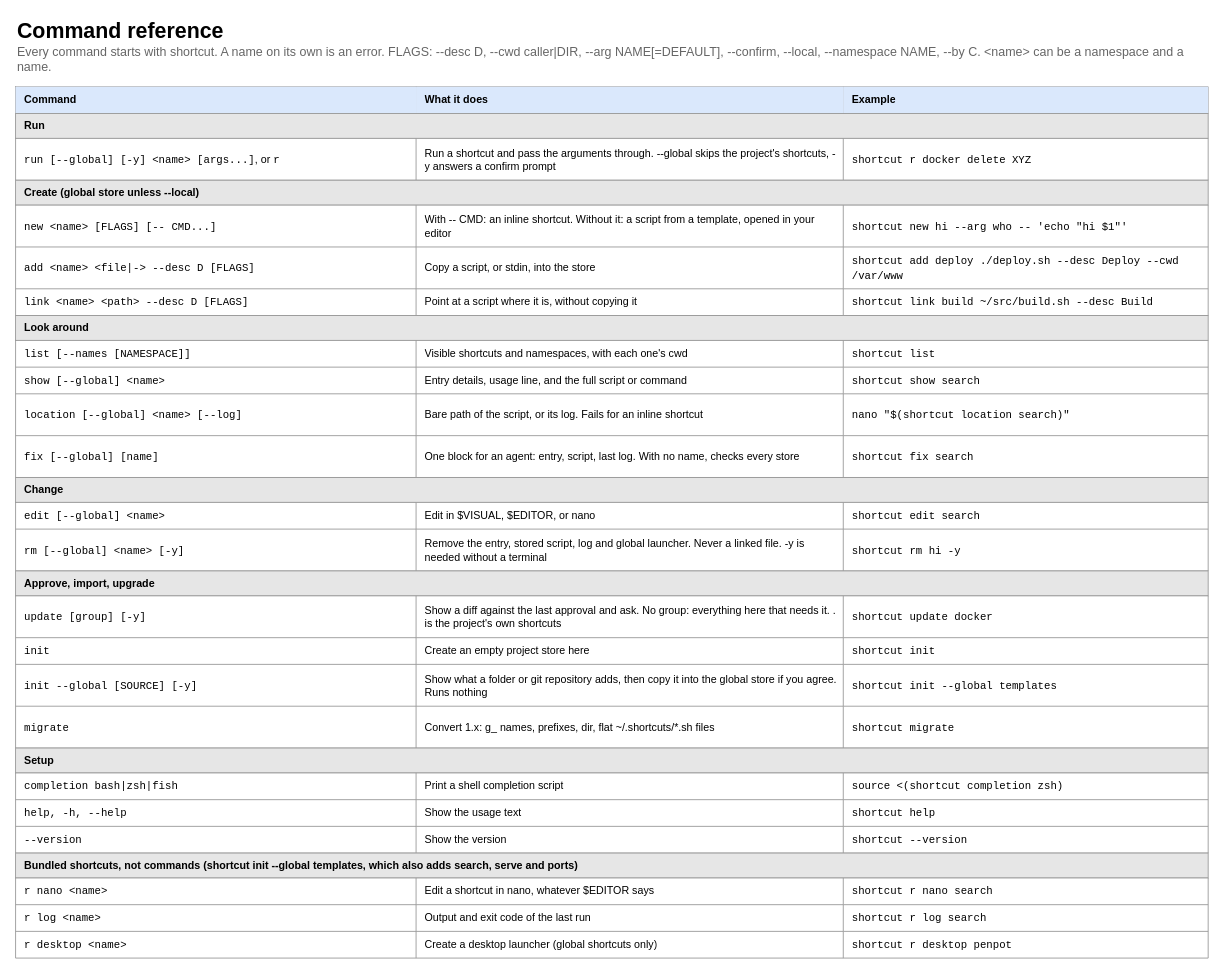
Earlier version of the draw.io diagram page "4 Commands" (4 of 5) of docs/shortcut-overview.drawio (StanLukuvka/Shortcut). Source tidied: cells renumbered, new cells numbered last; positions are measured from the earlier drawing's top-left corner, leaving out a move shared by most shapes. Both pictures are drawn from the tidied source at 89%, with x=0, y=0 at pixel (15, 15).
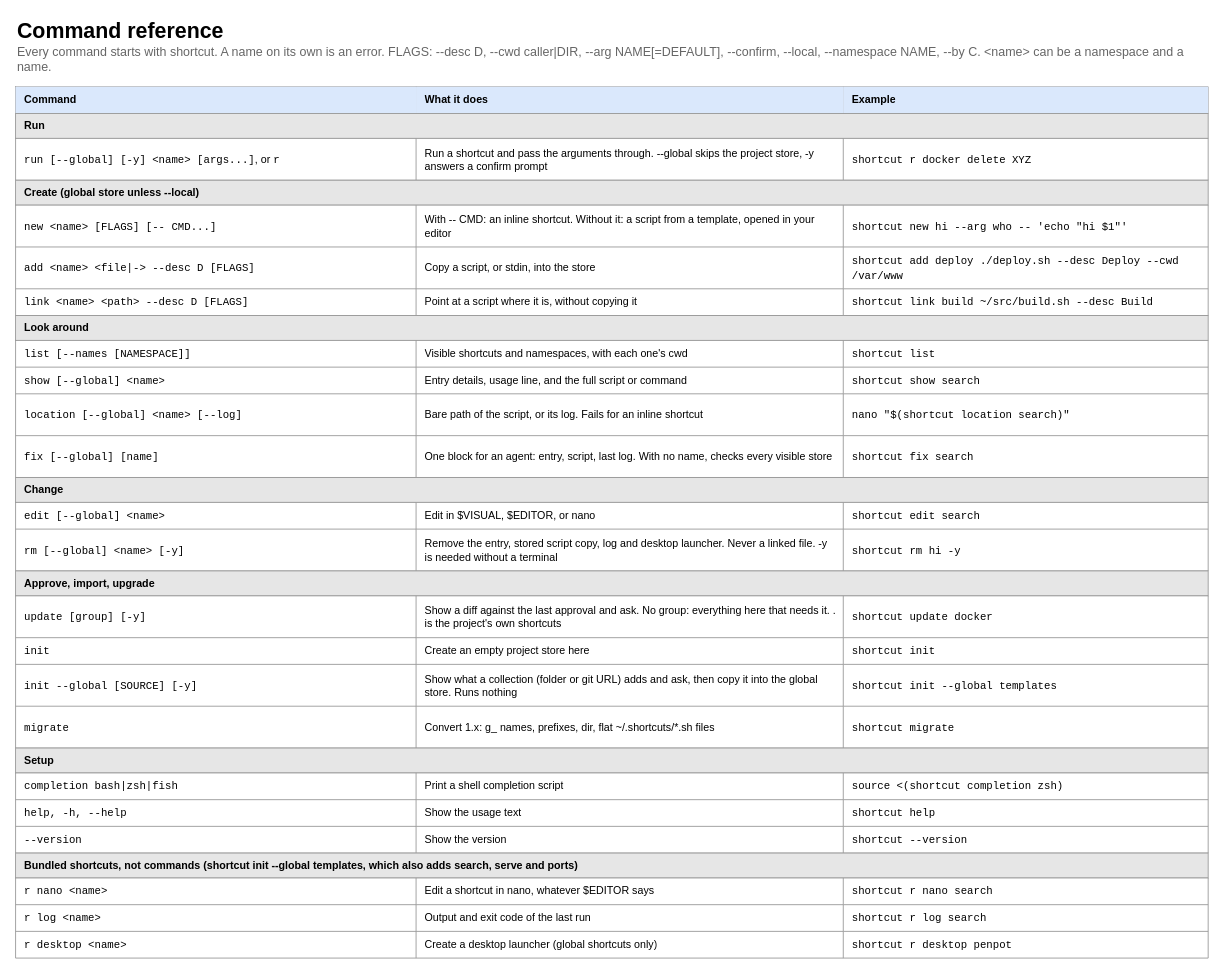
The same page after the edit.

Unchanged cells that the change refers to:
```xml
<mxCell id="11" style="shape=tableRow;horizontal=0;startSize=0;swimlaneHead=0;swimlaneBody=0;strokeColor=inherit;top=0;left=0;bottom=0;right=0;fillColor=none;html=1;" parent="10" vertex="1">
  <mxGeometry width="1340" height="47" as="geometry" />
</mxCell>
<mxCell id="43" style="shape=tableRow;horizontal=0;startSize=0;swimlaneHead=0;swimlaneBody=0;strokeColor=inherit;top=0;left=0;bottom=0;right=0;fillColor=none;html=1;" parent="30" vertex="1">
  <mxGeometry y="107" width="1340" height="47" as="geometry" />
</mxCell>
<mxCell id="53" style="shape=tableRow;horizontal=0;startSize=0;swimlaneHead=0;swimlaneBody=0;strokeColor=inherit;top=0;left=0;bottom=0;right=0;fillColor=none;html=1;" parent="48" vertex="1">
  <mxGeometry y="30" width="1340" height="47" as="geometry" />
</mxCell>
<mxCell id="67" style="shape=tableRow;horizontal=0;startSize=0;swimlaneHead=0;swimlaneBody=0;strokeColor=inherit;top=0;left=0;bottom=0;right=0;fillColor=none;html=1;" parent="58" vertex="1">
  <mxGeometry y="77" width="1340" height="47" as="geometry" />
</mxCell>
```

Diff of the diagram source:
```diff
@@
-    <mxCell id="13" value="Run a shortcut and pass the arguments through. --global skips the project's shortcuts, -y answers a confirm prompt" style="shape=partialRectangle;html=1;whiteSpace=wrap;strokeColor=inherit;overflow=hidden;fillColor=none;top=0;left=0;bottom=0;right=0;align=left;verticalAlign=middle;spacingLeft=8;spacingRight=6;fontSize=12;" parent="11" vertex="1">
+    <mxCell id="13" value="Run a shortcut and pass the arguments through. --global skips the project store, -y answers a confirm prompt" style="shape=partialRectangle;html=1;whiteSpace=wrap;strokeColor=inherit;overflow=hidden;fillColor=none;top=0;left=0;bottom=0;right=0;align=left;verticalAlign=middle;spacingLeft=8;spacingRight=6;fontSize=12;" parent="11" vertex="1">
       <mxGeometry x="450" width="480" height="47" as="geometry" />
     </mxCell>
@@
-    <mxCell id="45" value="One block for an agent: entry, script, last log. With no name, checks every store" style="shape=partialRectangle;html=1;whiteSpace=wrap;strokeColor=inherit;overflow=hidden;fillColor=none;top=0;left=0;bottom=0;right=0;align=left;verticalAlign=middle;spacingLeft=8;spacingRight=6;fontSize=12;" parent="43" vertex="1">
+    <mxCell id="45" value="One block for an agent: entry, script, last log. With no name, checks every visible store" style="shape=partialRectangle;html=1;whiteSpace=wrap;strokeColor=inherit;overflow=hidden;fillColor=none;top=0;left=0;bottom=0;right=0;align=left;verticalAlign=middle;spacingLeft=8;spacingRight=6;fontSize=12;" parent="43" vertex="1">
       <mxGeometry x="450" width="480" height="47" as="geometry" />
     </mxCell>
@@
-    <mxCell id="55" value="Remove the entry, stored script, log and global launcher. Never a linked file. -y is needed without a terminal" style="shape=partialRectangle;html=1;whiteSpace=wrap;strokeColor=inherit;overflow=hidden;fillColor=none;top=0;left=0;bottom=0;right=0;align=left;verticalAlign=middle;spacingLeft=8;spacingRight=6;fontSize=12;" parent="53" vertex="1">
+    <mxCell id="55" value="Remove the entry, stored script copy, log and desktop launcher. Never a linked file. -y is needed without a terminal" style="shape=partialRectangle;html=1;whiteSpace=wrap;strokeColor=inherit;overflow=hidden;fillColor=none;top=0;left=0;bottom=0;right=0;align=left;verticalAlign=middle;spacingLeft=8;spacingRight=6;fontSize=12;" parent="53" vertex="1">
       <mxGeometry x="450" width="480" height="47" as="geometry" />
     </mxCell>
@@
-    <mxCell id="69" value="Show what a folder or git repository adds, then copy it into the global store if you agree. Runs nothing" style="shape=partialRectangle;html=1;whiteSpace=wrap;strokeColor=inherit;overflow=hidden;fillColor=none;top=0;left=0;bottom=0;right=0;align=left;verticalAlign=middle;spacingLeft=8;spacingRight=6;fontSize=12;" parent="67" vertex="1">
+    <mxCell id="69" value="Show what a collection (folder or git URL) adds and ask, then copy it into the global store. Runs nothing" style="shape=partialRectangle;html=1;whiteSpace=wrap;strokeColor=inherit;overflow=hidden;fillColor=none;top=0;left=0;bottom=0;right=0;align=left;verticalAlign=middle;spacingLeft=8;spacingRight=6;fontSize=12;" parent="67" vertex="1">
       <mxGeometry x="450" width="480" height="47" as="geometry" />
     </mxCell>
```
